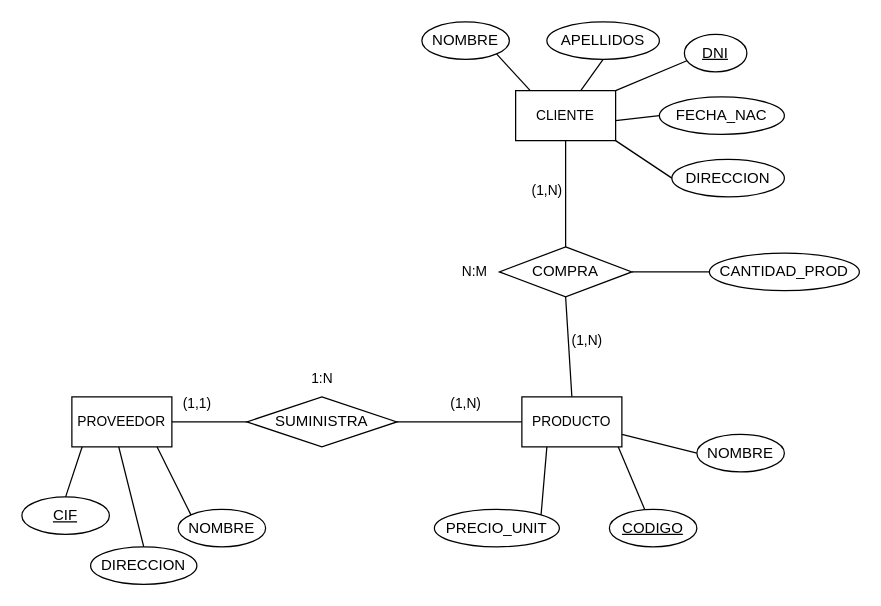
Above: page "gestion-de-tienda" (4 of 7) of bases-datos/diagrams.drawio in igardiet/dam (draw.io), before the change. Source tidied: cells renumbered, new cells numbered last; positions are measured from the earlier drawing's top-left corner, leaving out a move shared by most shapes. Both pictures are drawn from the tidied source at 125%, with x=0, y=0 at pixel (21, 21).
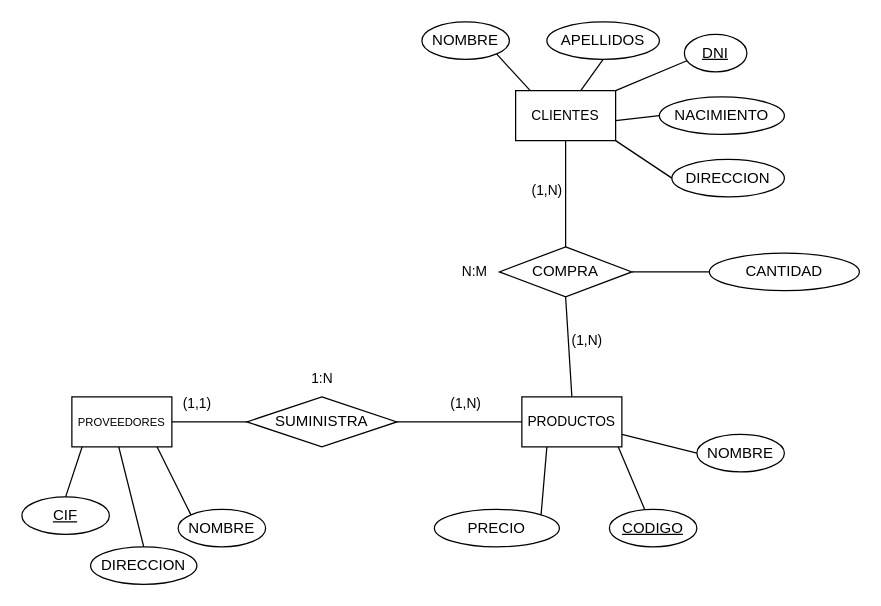
Above is the later version.

The edit, as a diff of the source:
```diff
@@
-    <mxCell id="14" value="FECHA_NAC" style="ellipse;whiteSpace=wrap;html=1;" parent="1" vertex="1">
+    <mxCell id="14" value="NACIMIENTO" style="ellipse;whiteSpace=wrap;html=1;" parent="1" vertex="1">
       <mxGeometry x="510" y="60" width="100" height="30" as="geometry" />
     </mxCell>
@@
-    <mxCell id="19" value="PRECIO_UNIT" style="ellipse;whiteSpace=wrap;html=1;" parent="1" vertex="1">
+    <mxCell id="19" value="PRECIO" style="ellipse;whiteSpace=wrap;html=1;" parent="1" vertex="1">
       <mxGeometry x="330" y="390" width="100" height="30" as="geometry" />
     </mxCell>
@@
-    <mxCell id="37" value="CANTIDAD_PROD" style="ellipse;whiteSpace=wrap;html=1;" parent="1" vertex="1">
+    <mxCell id="37" value="CANTIDAD" style="ellipse;whiteSpace=wrap;html=1;" parent="1" vertex="1">
       <mxGeometry x="550" y="185" width="120" height="30" as="geometry" />
     </mxCell>
-    <mxCell id="38" value="PROVEEDOR" style="whiteSpace=wrap;html=1;align=center;fontFamily=Helvetica;fontSize=11;fontColor=default;" parent="1" vertex="1">
+    <mxCell id="38" value="&lt;font style=&quot;font-size: 9px;&quot;&gt;PROVEEDORES&lt;/font&gt;" style="whiteSpace=wrap;html=1;align=center;fontFamily=Helvetica;fontSize=11;fontColor=default;" parent="1" vertex="1">
       <mxGeometry x="40" y="300" width="80" height="40" as="geometry" />
     </mxCell>
-    <mxCell id="39" value="PRODUCTO" style="whiteSpace=wrap;html=1;align=center;fontFamily=Helvetica;fontSize=11;fontColor=default;" parent="1" vertex="1">
+    <mxCell id="39" value="PRODUCTOS" style="whiteSpace=wrap;html=1;align=center;fontFamily=Helvetica;fontSize=11;fontColor=default;" parent="1" vertex="1">
       <mxGeometry x="400" y="300" width="80" height="40" as="geometry" />
     </mxCell>
-    <mxCell id="40" value="CLIENTE" style="whiteSpace=wrap;html=1;align=center;fontFamily=Helvetica;fontSize=11;fontColor=default;" parent="1" vertex="1">
+    <mxCell id="40" value="CLIENTES" style="whiteSpace=wrap;html=1;align=center;fontFamily=Helvetica;fontSize=11;fontColor=default;" parent="1" vertex="1">
       <mxGeometry x="395" y="55" width="80" height="40" as="geometry" />
     </mxCell>
```
